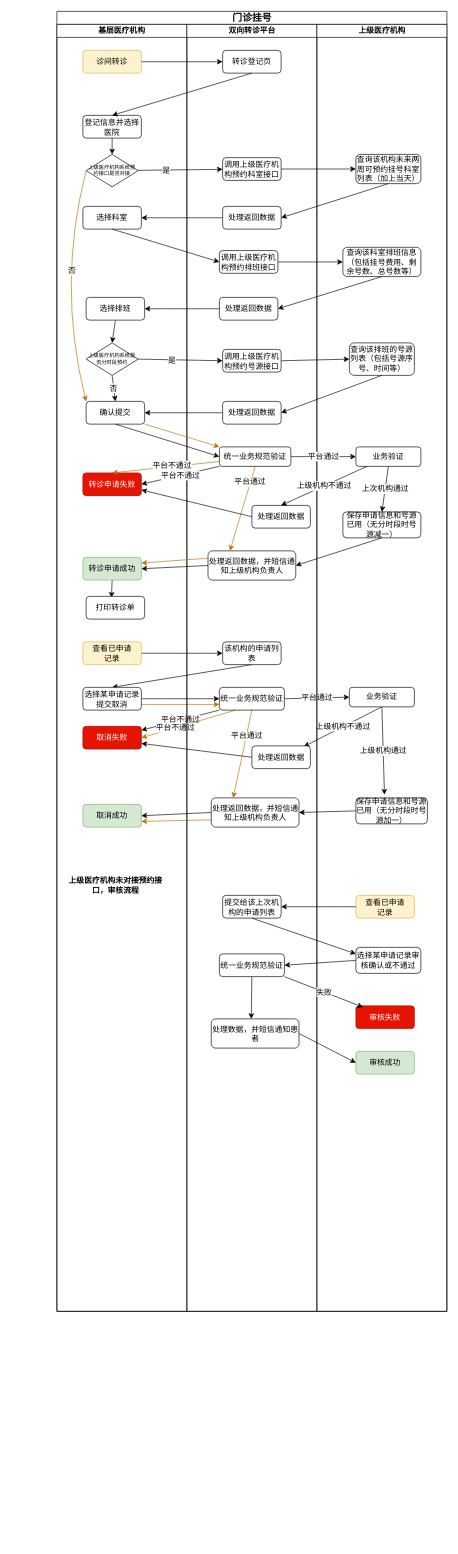
bsklqgy/zero keeps this draw.io diagram as 未命名绘图.drawio. Above is the earlier version. Source tidied: cells renumbered, new cells numbered last; positions are measured from the earlier drawing's top-left corner, leaving out a move shared by most shapes. Both pictures are drawn from the tidied source at 65%, with x=0, y=0 at pixel (57, 11).
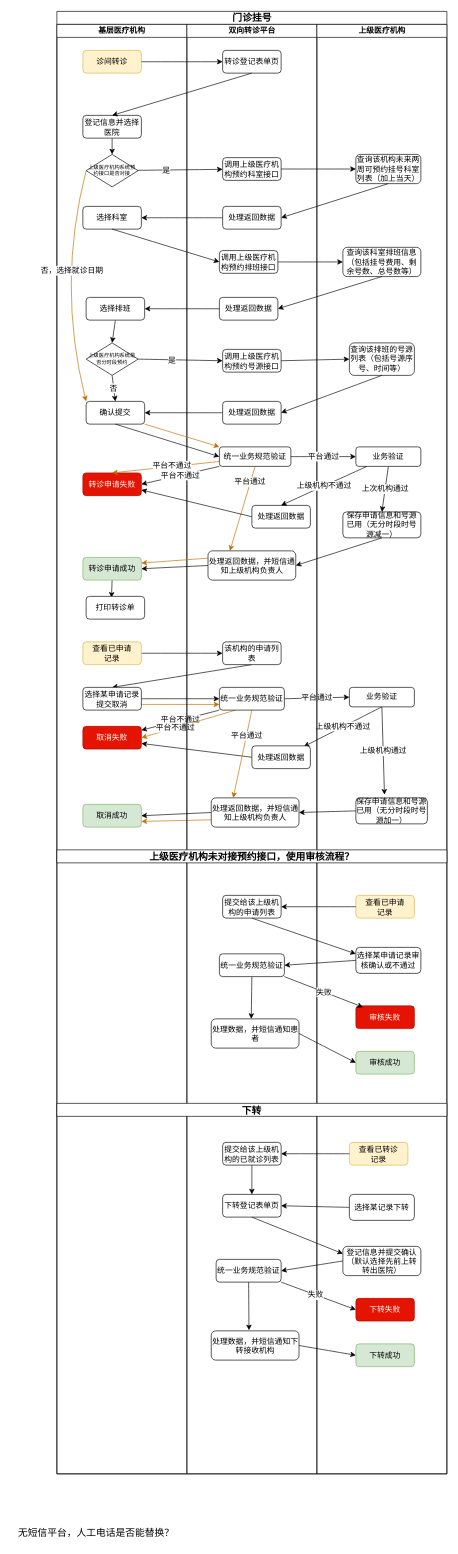
The same diagram, later.

Commit message (it also covers changes not shown here):
更新未命名绘图.drawio

Unchanged cells that the change refers to:
```xml
<mxCell id="30" style="edgeStyle=none;shape=connector;curved=1;rounded=1;jettySize=auto;html=1;exitX=0;exitY=0.5;exitDx=0;exitDy=0;labelBackgroundColor=default;strokeColor=#BD7000;fontFamily=Helvetica;fontSize=12;fontColor=default;endArrow=classic;entryX=0;entryY=0;entryDx=0;entryDy=0;fillColor=#f0a30a;" parent="16" edge="1" source="20" target="26">
  <mxGeometry relative="1" as="geometry">
    <Array as="points">
      <mxPoint y="400" />
    </Array>
  </mxGeometry>
</mxCell>
```

The edit, as a diff of the source:
```diff
@@
     <mxCell id="2" value="&lt;font style=&quot;font-size: 15px;&quot;&gt;门诊挂号&lt;/font&gt;" style="swimlane;html=1;startSize=20;rounded=0;shadow=0;labelBackgroundColor=none;strokeWidth=1;fontFamily=Verdana;fontSize=8;align=center;" parent="1" vertex="1">
-      <mxGeometry width="600" height="2000" as="geometry" />
+      <mxGeometry width="600" height="2250" as="geometry" />
     </mxCell>
@@
     <mxCell id="16" value="基层医疗机构" style="swimlane;html=1;startSize=20;whiteSpace=wrap;" parent="2" vertex="1">
-      <mxGeometry y="20" width="200" height="1980" as="geometry" />
+      <mxGeometry y="20" width="200" height="2230" as="geometry" />
     </mxCell>
@@
-    <mxCell id="31" value="否" style="edgeLabel;html=1;align=center;verticalAlign=middle;fontSize=12;fontFamily=Helvetica;fontColor=default;" parent="30" vertex="1">
+    <mxCell id="31" value="否，选择就诊日期" style="edgeLabel;html=1;align=center;verticalAlign=middle;fontSize=12;fontFamily=Helvetica;fontColor=default;" parent="30" vertex="1">
       <mxGeometry x="-0.16" y="16" relative="1" as="geometry" />
     </mxCell>
@@
-    <mxCell id="36" value="上级医疗机构未对接预约接口，审核流程" style="text;strokeColor=none;fillColor=none;html=1;fontSize=12;fontStyle=1;verticalAlign=middle;align=center;fontFamily=Helvetica;fontColor=default;whiteSpace=wrap;" parent="16" vertex="1">
-      <mxGeometry x="8.8" y="1300" width="162.5" height="50" as="geometry" />
-    </mxCell>
@@
     <mxCell id="38" value="双向转诊平台" style="swimlane;html=1;startSize=20;" parent="2" vertex="1">
-      <mxGeometry x="200" y="20" width="200" height="1980" as="geometry" />
+      <mxGeometry x="200" y="20" width="200" height="2230" as="geometry" />
     </mxCell>
-    <mxCell id="39" value="转诊登记页" style="rounded=1;whiteSpace=wrap;html=1;shadow=0;labelBackgroundColor=none;strokeWidth=1;fontFamily=Verdana;fontSize=12;align=center;" parent="38" vertex="1">
+    <mxCell id="39" value="转诊登记表单页" style="rounded=1;whiteSpace=wrap;html=1;shadow=0;labelBackgroundColor=none;strokeWidth=1;fontFamily=Verdana;fontSize=12;align=center;" parent="38" vertex="1">
       <mxGeometry x="55" y="40" width="90" height="35" as="geometry" />
     </mxCell>
@@
-    <mxCell id="57" value="提交给该上次机构的申请列表" style="rounded=1;whiteSpace=wrap;html=1;shadow=0;labelBackgroundColor=none;strokeWidth=1;fontFamily=Verdana;fontSize=12;align=center;" parent="38" vertex="1">
+    <mxCell id="57" value="提交给该上级机构的申请列表" style="rounded=1;whiteSpace=wrap;html=1;shadow=0;labelBackgroundColor=none;strokeWidth=1;fontFamily=Verdana;fontSize=12;align=center;" parent="38" vertex="1">
       <mxGeometry x="55" y="1340" width="90" height="35" as="geometry" />
     </mxCell>
@@
+    <mxCell id="107" style="edgeStyle=none;shape=connector;curved=1;rounded=1;jettySize=auto;html=1;exitX=0.5;exitY=1;exitDx=0;exitDy=0;entryX=0.5;entryY=0;entryDx=0;entryDy=0;labelBackgroundColor=default;strokeColor=default;fontFamily=Helvetica;fontSize=12;fontColor=default;endArrow=classic;" parent="38" edge="1" source="108" target="109">
+      <mxGeometry relative="1" as="geometry" />
+    </mxCell>
+    <mxCell id="108" value="提交给该上级机构的已就诊列表" style="rounded=1;whiteSpace=wrap;html=1;shadow=0;labelBackgroundColor=none;strokeWidth=1;fontFamily=Verdana;fontSize=12;align=center;" parent="38" vertex="1">
+      <mxGeometry x="55" y="1720" width="90" height="35" as="geometry" />
+    </mxCell>
+    <mxCell id="109" value="下转登记表单页" style="rounded=1;whiteSpace=wrap;html=1;shadow=0;labelBackgroundColor=none;strokeWidth=1;fontFamily=Verdana;fontSize=12;align=center;" parent="38" vertex="1">
+      <mxGeometry x="55" y="1800" width="90" height="35" as="geometry" />
+    </mxCell>
+    <mxCell id="110" style="edgeStyle=none;shape=connector;curved=1;rounded=1;jettySize=auto;html=1;exitX=0.5;exitY=1;exitDx=0;exitDy=0;entryX=0.43;entryY=-0.022;entryDx=0;entryDy=0;entryPerimeter=0;labelBackgroundColor=default;strokeColor=default;fontFamily=Helvetica;fontSize=12;fontColor=default;endArrow=classic;" parent="38" edge="1" source="111" target="112">
+      <mxGeometry relative="1" as="geometry" />
+    </mxCell>
+    <mxCell id="111" value="统一业务规范验证" style="rounded=1;whiteSpace=wrap;html=1;shadow=0;labelBackgroundColor=none;strokeWidth=1;fontFamily=Verdana;fontSize=12;align=center;" parent="38" vertex="1">
+      <mxGeometry x="45" y="1900" width="100" height="35" as="geometry" />
+    </mxCell>
+    <mxCell id="112" value="处理数据，并短信通知下转接收机构" style="rounded=1;whiteSpace=wrap;html=1;shadow=0;labelBackgroundColor=none;strokeWidth=1;fontFamily=Verdana;fontSize=12;align=center;" parent="38" vertex="1">
+      <mxGeometry x="37.5" y="2010" width="135" height="45" as="geometry" />
+    </mxCell>
     <mxCell id="61" value="上级医疗机构" style="swimlane;html=1;startSize=20;" parent="2" vertex="1">
-      <mxGeometry x="400" y="20" width="200" height="1980" as="geometry" />
+      <mxGeometry x="400" y="20" width="200" height="2230" as="geometry" />
     </mxCell>
@@
+    <mxCell id="113" value="上级医疗机构未对接预约接口，使用审核流程？" style="swimlane;fontFamily=Helvetica;fontSize=15;fontColor=default;" parent="61" vertex="1">
+      <mxGeometry x="-400" y="1270" width="600" height="20" as="geometry" />
+    </mxCell>
+    <mxCell id="114" value="下转" style="swimlane;fontFamily=Helvetica;fontSize=15;fontColor=default;" parent="61" vertex="1">
+      <mxGeometry x="-400" y="1660" width="600" height="20" as="geometry" />
+    </mxCell>
+    <mxCell id="115" value="查看已转诊&lt;br&gt;记录" style="rounded=1;whiteSpace=wrap;html=1;shadow=0;labelBackgroundColor=none;strokeWidth=1;fontFamily=Verdana;fontSize=12;align=center;fillColor=#fff2cc;strokeColor=#d6b656;" parent="61" vertex="1">
+      <mxGeometry x="50" y="1720" width="90" height="35" as="geometry" />
+    </mxCell>
+    <mxCell id="116" value="登记信息并提交确认（默认选择先前上转转出医院）" style="rounded=1;whiteSpace=wrap;html=1;shadow=0;labelBackgroundColor=none;strokeWidth=1;fontFamily=Verdana;fontSize=12;align=center;" parent="61" vertex="1">
+      <mxGeometry x="40" y="1880" width="120" height="45" as="geometry" />
+    </mxCell>
+    <mxCell id="117" value="下转成功" style="rounded=1;whiteSpace=wrap;html=1;shadow=0;labelBackgroundColor=none;strokeWidth=1;fontFamily=Verdana;fontSize=12;align=center;fillColor=#d5e8d4;strokeColor=#82b366;" parent="61" vertex="1">
+      <mxGeometry x="60" y="2030" width="90" height="35" as="geometry" />
+    </mxCell>
@@
+    <mxCell id="118" style="edgeStyle=none;shape=connector;curved=1;rounded=1;jettySize=auto;html=1;exitX=0.5;exitY=1;exitDx=0;exitDy=0;entryX=0;entryY=0.25;entryDx=0;entryDy=0;labelBackgroundColor=default;strokeColor=default;fontFamily=Helvetica;fontSize=12;fontColor=default;endArrow=classic;" parent="2" edge="1" source="109" target="116">
+      <mxGeometry relative="1" as="geometry" />
+    </mxCell>
+    <mxCell id="119" style="edgeStyle=none;shape=connector;curved=1;rounded=1;jettySize=auto;html=1;exitX=0;exitY=0.5;exitDx=0;exitDy=0;entryX=1;entryY=0.5;entryDx=0;entryDy=0;labelBackgroundColor=default;strokeColor=default;fontFamily=Helvetica;fontSize=12;fontColor=default;endArrow=classic;" parent="2" edge="1" source="116" target="111">
+      <mxGeometry relative="1" as="geometry" />
+    </mxCell>
+    <mxCell id="120" style="edgeStyle=none;shape=connector;curved=1;rounded=1;jettySize=auto;html=1;exitX=1;exitY=0.5;exitDx=0;exitDy=0;entryX=0;entryY=0.5;entryDx=0;entryDy=0;labelBackgroundColor=default;strokeColor=default;fontFamily=Helvetica;fontSize=12;fontColor=default;endArrow=classic;" parent="2" edge="1" source="112" target="117">
+      <mxGeometry relative="1" as="geometry" />
+    </mxCell>
+    <mxCell id="121" style="edgeStyle=none;shape=connector;curved=1;rounded=1;jettySize=auto;html=1;exitX=0;exitY=0.5;exitDx=0;exitDy=0;entryX=1;entryY=0.5;entryDx=0;entryDy=0;labelBackgroundColor=default;strokeColor=default;fontFamily=Helvetica;fontSize=12;fontColor=default;endArrow=classic;" parent="2" edge="1" source="115" target="108">
+      <mxGeometry relative="1" as="geometry" />
+    </mxCell>
+    <mxCell id="122" style="edgeStyle=none;shape=connector;curved=1;rounded=1;jettySize=auto;html=1;exitX=0;exitY=0.5;exitDx=0;exitDy=0;entryX=1;entryY=0.5;entryDx=0;entryDy=0;labelBackgroundColor=default;strokeColor=default;fontFamily=Helvetica;fontSize=12;fontColor=default;endArrow=classic;" parent="1" edge="1" source="123" target="109">
+      <mxGeometry relative="1" as="geometry" />
+    </mxCell>
+    <mxCell id="123" value="选择某记录下转" style="rounded=1;whiteSpace=wrap;html=1;shadow=0;labelBackgroundColor=none;strokeWidth=1;fontFamily=Verdana;fontSize=12;align=center;" parent="1" vertex="1">
+      <mxGeometry x="450" y="1820" width="100" height="40" as="geometry" />
+    </mxCell>
+    <mxCell id="124" value="下转失败" style="rounded=1;whiteSpace=wrap;html=1;shadow=0;labelBackgroundColor=none;strokeWidth=1;fontFamily=Verdana;fontSize=12;align=center;fillColor=#e51400;fontColor=#ffffff;strokeColor=#B20000;" parent="1" vertex="1">
+      <mxGeometry x="460" y="1980" width="90" height="35" as="geometry" />
+    </mxCell>
+    <mxCell id="125" style="edgeStyle=none;shape=connector;curved=1;rounded=1;jettySize=auto;html=1;exitX=1;exitY=1;exitDx=0;exitDy=0;entryX=0;entryY=0.5;entryDx=0;entryDy=0;labelBackgroundColor=default;strokeColor=default;fontFamily=Helvetica;fontSize=12;fontColor=default;endArrow=classic;" parent="1" edge="1" source="111" target="124">
+      <mxGeometry relative="1" as="geometry" />
+    </mxCell>
+    <mxCell id="126" value="失败" style="edgeLabel;html=1;align=center;verticalAlign=middle;fontSize=12;fontFamily=Helvetica;fontColor=default;" parent="125" vertex="1">
+      <mxGeometry x="-0.08" y="1" relative="1" as="geometry">
+        <mxPoint y="1" as="offset" />
+      </mxGeometry>
+    </mxCell>
+    <mxCell id="127" value="无短信平台，人工电话是否能替换？" style="text;html=1;align=center;verticalAlign=middle;strokeColor=none;fillColor=none;fontSize=15;fontFamily=Helvetica;fontColor=default;" parent="1" vertex="1">
+      <mxGeometry x="-70" y="2325" width="260" height="30" as="geometry" />
+    </mxCell>
```
